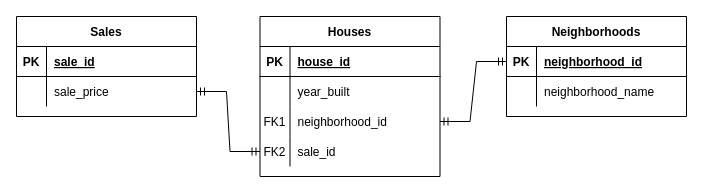
This is erd.drawio from pobiedimskaya/db_lab2_pobiedimskaya, a draw.io file, before an edit. Source tidied: cells renumbered, new cells numbered last; positions are measured from the earlier drawing's top-left corner, leaving out a move shared by most shapes. Both pictures are drawn from the tidied source at 100%, with x=0, y=0 at pixel (16, 16).
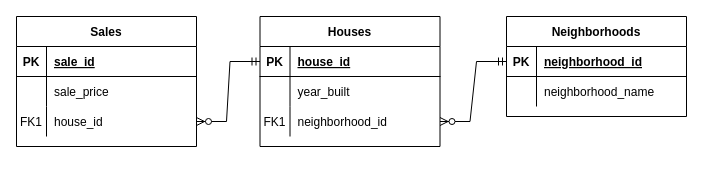
The same diagram, later.

Unchanged cells that the change refers to:
```xml
<mxCell id="3" style="shape=partialRectangle;fillColor=none;top=0;left=0;bottom=1;right=0;points=[[0,0.5],[1,0.5]];portConstraint=eastwest;" parent="2" vertex="1">
  <mxGeometry y="30" width="180" height="30" as="geometry" />
</mxCell>
<mxCell id="9" style="shape=partialRectangle;fillColor=none;top=0;left=0;bottom=0;right=0;points=[[0,0.5],[1,0.5]];portConstraint=eastwest;" parent="2" vertex="1">
  <mxGeometry y="90" width="180" height="30" as="geometry" />
</mxCell>
<mxCell id="19" style="shape=partialRectangle;fillColor=none;top=0;left=0;bottom=0;right=0;points=[[0,0.5],[1,0.5]];portConstraint=eastwest;" parent="15" vertex="1">
  <mxGeometry y="60" width="180" height="30" as="geometry" />
</mxCell>
<mxCell id="23" style="shape=partialRectangle;fillColor=none;top=0;left=0;bottom=1;right=0;points=[[0,0.5],[1,0.5]];portConstraint=eastwest;" parent="22" vertex="1">
  <mxGeometry y="30" width="180" height="30" as="geometry" />
</mxCell>
```

Diff of the diagram source:
```diff
@@
     <mxCell id="2" value="Houses" style="shape=table;startSize=30;childLayout=tableLayout;rowLines=0;fontStyle=1;align=center;" parent="1" vertex="1">
-      <mxGeometry x="243.5" width="180" height="160" as="geometry" />
+      <mxGeometry x="243.5" width="180" height="130" as="geometry" />
     </mxCell>
@@
-    <mxCell id="12" style="shape=partialRectangle;fillColor=none;top=0;left=0;bottom=0;right=0;points=[[0,0.5],[1,0.5]];portConstraint=eastwest;" parent="2" vertex="1">
-      <mxGeometry y="120" width="180" height="30" as="geometry" />
-    </mxCell>
-    <mxCell id="13" value="FK2" style="shape=partialRectangle;fillColor=none;top=0;left=0;bottom=0;right=0;overflow=hidden;" parent="12" vertex="1">
-      <mxGeometry width="30" height="30" as="geometry" />
-    </mxCell>
-    <mxCell id="14" value="sale_id" style="shape=partialRectangle;fillColor=none;top=0;left=0;bottom=0;right=0;align=left;spacingLeft=6;overflow=hidden;" parent="12" vertex="1">
-      <mxGeometry x="30" width="150" height="30" as="geometry" />
-    </mxCell>
     <mxCell id="15" value="Sales" style="shape=table;startSize=30;childLayout=tableLayout;rowLines=0;fontStyle=1;align=center;" parent="1" vertex="1">
-      <mxGeometry width="180" height="100" as="geometry" />
+      <mxGeometry width="180" height="130" as="geometry" />
     </mxCell>
@@
+    <mxCell id="31" style="shape=partialRectangle;fillColor=none;top=0;left=0;bottom=0;right=0;points=[[0,0.5],[1,0.5]];portConstraint=eastwest;" parent="15" vertex="1">
+      <mxGeometry y="90" width="180" height="30" as="geometry" />
+    </mxCell>
+    <mxCell id="32" value="FK1" style="shape=partialRectangle;fillColor=none;top=0;left=0;bottom=0;right=0;overflow=hidden;" parent="31" vertex="1">
+      <mxGeometry width="30" height="30" as="geometry" />
+    </mxCell>
+    <mxCell id="33" value="house_id" style="shape=partialRectangle;fillColor=none;top=0;left=0;bottom=0;right=0;align=left;spacingLeft=6;overflow=hidden;fontStyle=0;" parent="31" vertex="1">
+      <mxGeometry x="30" width="150" height="30" as="geometry" />
+    </mxCell>
@@
-    <mxCell id="29" style="edgeStyle=entityRelationEdgeStyle;fontSize=12;html=1;endArrow=ERmandOne;startArrow=ERmandOne;rounded=0;exitX=1;exitY=0.5;exitDx=0;exitDy=0;entryX=0;entryY=0.5;entryDx=0;entryDy=0;" parent="1" edge="1" source="19" target="12">
-      <mxGeometry relative="1" as="geometry" />
-    </mxCell>
-    <mxCell id="30" style="edgeStyle=entityRelationEdgeStyle;fontSize=12;html=1;endArrow=ERmandOne;startArrow=ERmandOne;rounded=0;exitX=1;exitY=0.5;exitDx=0;exitDy=0;entryX=0;entryY=0.5;entryDx=0;entryDy=0;" parent="1" edge="1" source="9" target="23">
-      <mxGeometry relative="1" as="geometry" />
-    </mxCell>
+    <mxCell id="34" style="edgeStyle=entityRelationEdgeStyle;fontSize=12;html=1;endArrow=ERzeroToMany;startArrow=ERmandOne;rounded=0;exitX=0;exitY=0.5;exitDx=0;exitDy=0;entryX=1;entryY=0.5;entryDx=0;entryDy=0;" parent="1" edge="1" source="23" target="9">
+      <mxGeometry relative="1" as="geometry" />
+    </mxCell>
+    <mxCell id="35" style="edgeStyle=entityRelationEdgeStyle;fontSize=12;html=1;endArrow=ERzeroToMany;startArrow=ERmandOne;rounded=0;exitX=0;exitY=0.5;exitDx=0;exitDy=0;entryX=1;entryY=0.5;entryDx=0;entryDy=0;" parent="1" edge="1" source="3" target="31">
+      <mxGeometry relative="1" as="geometry" />
+    </mxCell>
```
